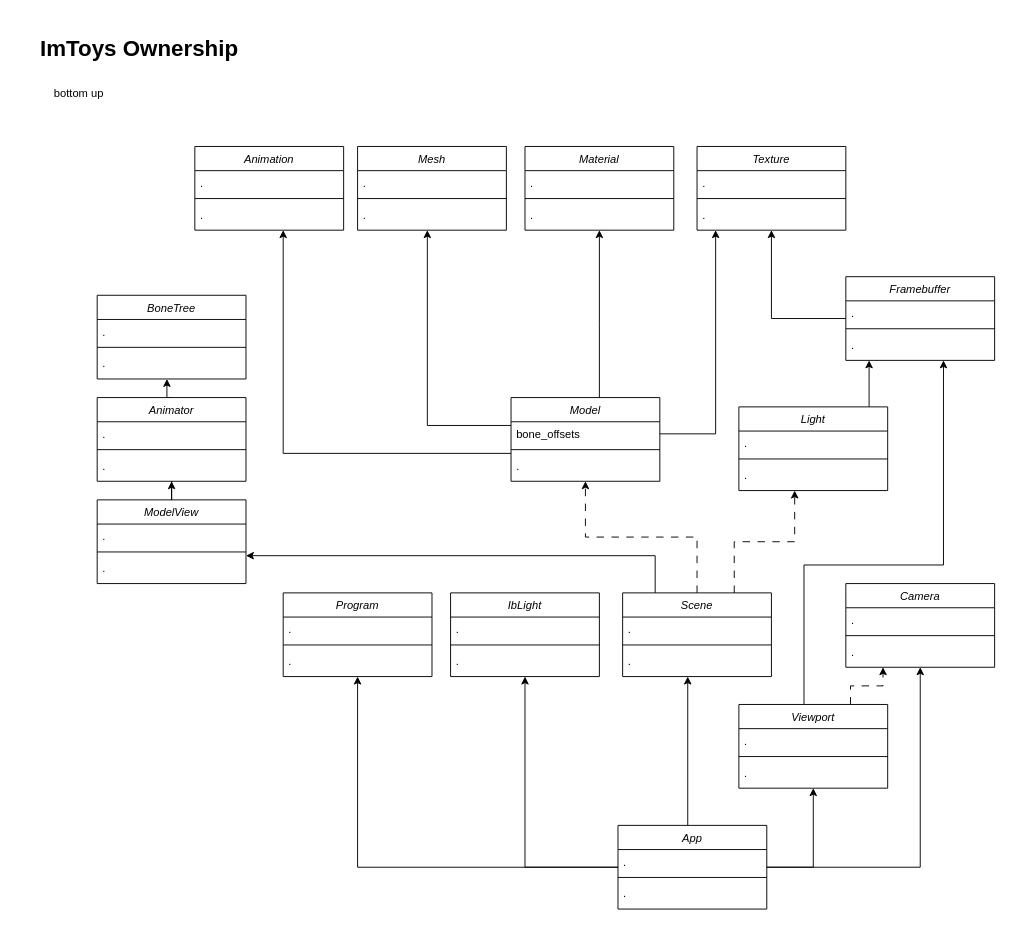
Earlier version of the draw.io diagram page "Ownership(App)" (2 of 3) of limbrary/diagram.drawio (imdongye/imtoys). Source tidied: cells renumbered, new cells numbered last; positions are measured from the earlier drawing's top-left corner, leaving out a move shared by most shapes. Both pictures are drawn from the tidied source at 93%, with x=0, y=0 at pixel (27, 16).
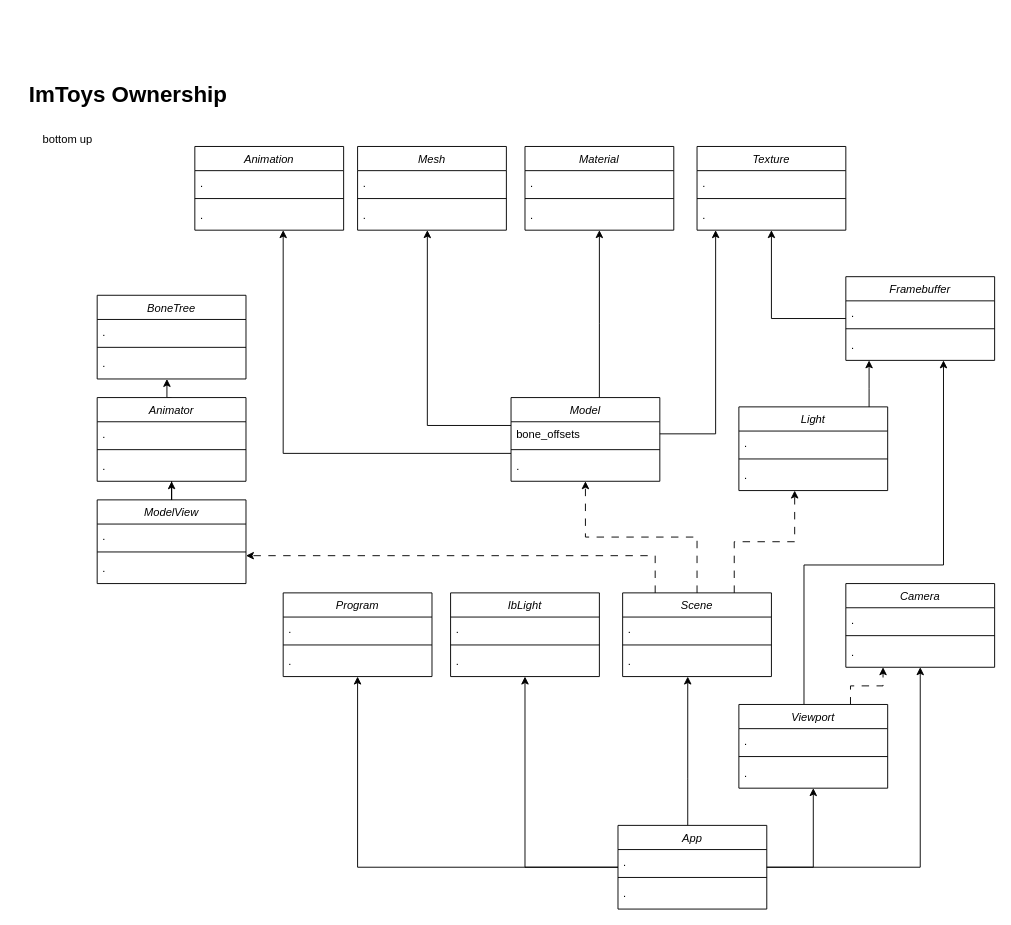
The same page after the edit.

Unchanged cells that the change refers to:
```xml
<mxCell id="44" value="Scene" style="swimlane;fontStyle=2;align=center;verticalAlign=top;horizontal=1;startSize=26;rounded=0;shadow=0;strokeWidth=1;" parent="1" vertex="1">
  <mxGeometry x="640" y="620" width="160" height="90" as="geometry" />
</mxCell>
<mxCell id="73" value="ModelView" style="swimlane;fontStyle=2;align=center;verticalAlign=top;horizontal=1;startSize=26;rounded=0;shadow=0;strokeWidth=1;" parent="1" vertex="1">
  <mxGeometry x="75" y="520" width="160" height="90" as="geometry" />
</mxCell>
```

Diff of the diagram source:
```diff
@@
-    <mxCell id="43" style="edgeStyle=orthogonalEdgeStyle;rounded=0;jettySize=auto;html=1;" parent="1" edge="1" source="44" target="73">
+    <mxCell id="43" style="edgeStyle=orthogonalEdgeStyle;rounded=0;jettySize=auto;html=1;dashed=1;dashPattern=8 8;" parent="1" edge="1" source="44" target="73">
       <mxGeometry relative="1" as="geometry">
         <Array as="points">
           <mxPoint x="675" y="580" />
         </Array>
       </mxGeometry>
     </mxCell>
@@
     <mxCell id="52" value="&lt;h1&gt;ImToys Ownership&lt;/h1&gt;" style="text;html=1;align=center;verticalAlign=middle;strokeColor=none;fillColor=none;" parent="1" vertex="1">
-      <mxGeometry width="240" height="70" as="geometry" />
+      <mxGeometry x="-12" y="50" width="240" height="70" as="geometry" />
     </mxCell>
@@
     <mxCell id="67" value="bottom up&lt;div&gt;&lt;br&gt;&lt;/div&gt;" style="text;html=1;align=center;verticalAlign=middle;strokeColor=none;fillColor=none;" parent="1" vertex="1">
-      <mxGeometry x="15" y="70" width="80" height="40" as="geometry" />
+      <mxGeometry x="3" y="120" width="80" height="40" as="geometry" />
     </mxCell>
```
